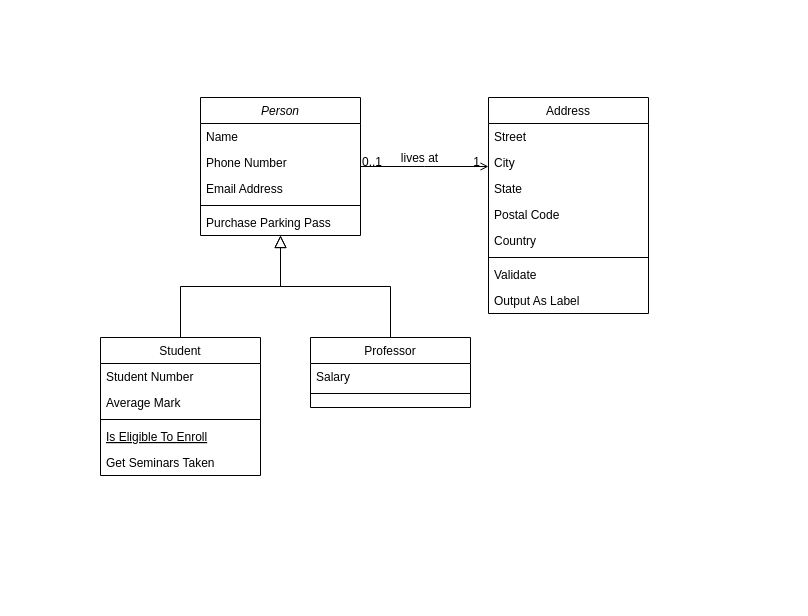
Before: Caso-de-uso.drawio in gman2004-spec/Draw.io, a draw.io diagram. Source tidied: cells renumbered, new cells numbered last; positions are measured from the earlier drawing's top-left corner, leaving out a move shared by most shapes. Both pictures are drawn from the tidied source at 100%, with x=0, y=0 at pixel (100, 97).
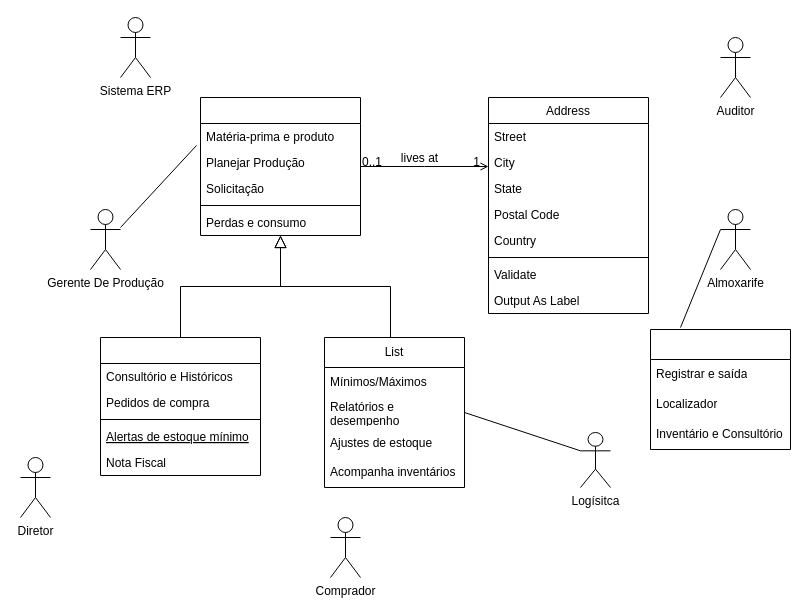
The same page after the edit.

Change to the diagram source:
```diff
@@
-    <mxCell id="2" value="Person" style="swimlane;fontStyle=2;align=center;verticalAlign=top;horizontal=1;startSize=26;rounded=0;shadow=0;strokeWidth=1;" parent="1" vertex="1">
+    <mxCell id="2" style="swimlane;fontStyle=2;align=center;verticalAlign=top;horizontal=1;startSize=26;rounded=0;shadow=0;strokeWidth=1;" parent="1" vertex="1">
       <mxGeometry x="100" width="160" height="138" as="geometry" />
     </mxCell>
-    <mxCell id="3" value="Name" style="text;align=left;verticalAlign=top;spacingLeft=4;spacingRight=4;overflow=hidden;points=[[0,0.5],[1,0.5]];portConstraint=eastwest;" parent="2" vertex="1">
+    <mxCell id="3" value="Matéria-prima e produto" style="text;align=left;verticalAlign=top;spacingLeft=4;spacingRight=4;overflow=hidden;points=[[0,0.5],[1,0.5]];portConstraint=eastwest;" parent="2" vertex="1">
       <mxGeometry y="26" width="160" height="26" as="geometry" />
     </mxCell>
-    <mxCell id="4" value="Phone Number" style="text;align=left;verticalAlign=top;spacingLeft=4;spacingRight=4;overflow=hidden;rounded=0;shadow=0;html=0;" parent="2" vertex="1">
+    <mxCell id="4" value="Planejar Produção" style="text;align=left;verticalAlign=top;spacingLeft=4;spacingRight=4;overflow=hidden;rounded=0;shadow=0;html=0;" parent="2" vertex="1">
       <mxGeometry y="52" width="160" height="26" as="geometry" />
     </mxCell>
-    <mxCell id="5" value="Email Address" style="text;align=left;verticalAlign=top;spacingLeft=4;spacingRight=4;overflow=hidden;rounded=0;shadow=0;html=0;" parent="2" vertex="1">
+    <mxCell id="5" value="Solicitação" style="text;align=left;verticalAlign=top;spacingLeft=4;spacingRight=4;overflow=hidden;rounded=0;shadow=0;html=0;" parent="2" vertex="1">
       <mxGeometry y="78" width="160" height="26" as="geometry" />
     </mxCell>
@@
-    <mxCell id="7" value="Purchase Parking Pass" style="text;align=left;verticalAlign=top;spacingLeft=4;spacingRight=4;overflow=hidden;" parent="2" vertex="1">
+    <mxCell id="7" value="Perdas e consumo" style="text;align=left;verticalAlign=top;spacingLeft=4;spacingRight=4;overflow=hidden;" parent="2" vertex="1">
       <mxGeometry y="112" width="160" height="26" as="geometry" />
     </mxCell>
-    <mxCell id="8" value="Student" style="swimlane;fontStyle=0;align=center;verticalAlign=top;horizontal=1;startSize=26;rounded=0;shadow=0;strokeWidth=1;" parent="1" vertex="1">
+    <mxCell id="8" style="swimlane;fontStyle=0;align=center;verticalAlign=top;horizontal=1;startSize=26;rounded=0;shadow=0;strokeWidth=1;" parent="1" vertex="1">
       <mxGeometry y="240" width="160" height="138" as="geometry" />
     </mxCell>
-    <mxCell id="9" value="Student Number" style="text;align=left;verticalAlign=top;spacingLeft=4;spacingRight=4;overflow=hidden;" parent="8" vertex="1">
+    <mxCell id="9" value="Consultório e Históricos" style="text;align=left;verticalAlign=top;spacingLeft=4;spacingRight=4;overflow=hidden;" parent="8" vertex="1">
       <mxGeometry y="26" width="160" height="26" as="geometry" />
     </mxCell>
-    <mxCell id="10" value="Average Mark" style="text;align=left;verticalAlign=top;spacingLeft=4;spacingRight=4;overflow=hidden;rounded=0;shadow=0;html=0;" parent="8" vertex="1">
+    <mxCell id="10" value="Pedidos de compra" style="text;align=left;verticalAlign=top;spacingLeft=4;spacingRight=4;overflow=hidden;rounded=0;shadow=0;html=0;" parent="8" vertex="1">
       <mxGeometry y="52" width="160" height="26" as="geometry" />
     </mxCell>
@@
-    <mxCell id="12" value="Is Eligible To Enroll" style="text;align=left;verticalAlign=top;spacingLeft=4;spacingRight=4;overflow=hidden;fontStyle=4;" parent="8" vertex="1">
+    <mxCell id="12" value="Alertas de estoque mínimo" style="text;align=left;verticalAlign=top;spacingLeft=4;spacingRight=4;overflow=hidden;fontStyle=4;" parent="8" vertex="1">
       <mxGeometry y="86" width="160" height="26" as="geometry" />
     </mxCell>
-    <mxCell id="13" value="Get Seminars Taken" style="text;align=left;verticalAlign=top;spacingLeft=4;spacingRight=4;overflow=hidden;" parent="8" vertex="1">
+    <mxCell id="13" value="Nota Fiscal" style="text;align=left;verticalAlign=top;spacingLeft=4;spacingRight=4;overflow=hidden;" parent="8" vertex="1">
       <mxGeometry y="112" width="160" height="26" as="geometry" />
     </mxCell>
@@
-    <mxCell id="15" value="Professor" style="swimlane;fontStyle=0;align=center;verticalAlign=top;horizontal=1;startSize=26;rounded=0;shadow=0;strokeWidth=1;" parent="1" vertex="1">
-      <mxGeometry x="210" y="240" width="160" height="70" as="geometry" />
-    </mxCell>
-    <mxCell id="16" value="Salary" style="text;align=left;verticalAlign=top;spacingLeft=4;spacingRight=4;overflow=hidden;" parent="15" vertex="1">
-      <mxGeometry y="26" width="160" height="26" as="geometry" />
-    </mxCell>
-    <mxCell id="17" style="line;html=1;strokeWidth=1;align=left;verticalAlign=middle;spacingTop=-1;spacingLeft=3;spacingRight=3;labelPosition=right;" parent="15" vertex="1">
-      <mxGeometry y="52" width="160" height="8" as="geometry" />
-    </mxCell>
-    <mxCell id="18" style="endArrow=block;endSize=10;endFill=0;shadow=0;strokeWidth=1;rounded=0;curved=0;edgeStyle=elbowEdgeStyle;elbow=vertical;" parent="1" edge="1" source="15" target="2">
-      <mxGeometry relative="1" as="geometry" />
+    <mxCell id="18" style="endArrow=block;endSize=10;endFill=0;shadow=0;strokeWidth=1;rounded=0;curved=0;edgeStyle=elbowEdgeStyle;elbow=vertical;" parent="1" edge="1" target="2">
+      <mxGeometry relative="1" as="geometry">
+        <mxPoint x="290" y="240" as="sourcePoint" />
+      </mxGeometry>
     </mxCell>
@@
+    <mxCell id="32" value="Gerente De Produção" style="shape=umlActor;verticalLabelPosition=bottom;verticalAlign=top;html=1;" parent="1" vertex="1">
+      <mxGeometry x="-10" y="112" width="30" height="60" as="geometry" />
+    </mxCell>
+    <mxCell id="33" value="Almoxarife" style="shape=umlActor;verticalLabelPosition=bottom;verticalAlign=top;html=1;outlineConnect=0;" parent="1" vertex="1">
+      <mxGeometry x="620" y="112" width="30" height="60" as="geometry" />
+    </mxCell>
+    <mxCell id="34" value="Logísitca" style="shape=umlActor;verticalLabelPosition=bottom;verticalAlign=top;html=1;outlineConnect=0;" parent="1" vertex="1">
+      <mxGeometry x="480" y="335" width="30" height="55" as="geometry" />
+    </mxCell>
+    <mxCell id="35" value="Comprador" style="shape=umlActor;verticalLabelPosition=bottom;verticalAlign=top;html=1;" parent="1" vertex="1">
+      <mxGeometry x="230" y="420" width="30" height="60" as="geometry" />
+    </mxCell>
+    <mxCell id="36" value="Diretor" style="shape=umlActor;verticalLabelPosition=bottom;verticalAlign=top;html=1;" parent="1" vertex="1">
+      <mxGeometry x="-80" y="360" width="30" height="60" as="geometry" />
+    </mxCell>
+    <mxCell id="37" value="Auditor" style="shape=umlActor;verticalLabelPosition=bottom;verticalAlign=top;html=1;" parent="1" vertex="1">
+      <mxGeometry x="620" y="-60" width="30" height="60" as="geometry" />
+    </mxCell>
+    <mxCell id="38" value="Sistema ERP" style="shape=umlActor;verticalLabelPosition=bottom;verticalAlign=top;html=1;" parent="1" vertex="1">
+      <mxGeometry x="20" y="-80" width="30" height="60" as="geometry" />
+    </mxCell>
+    <mxCell id="39" style="swimlane;fontStyle=0;horizontal=1;startSize=30;whiteSpace=wrap;html=1;" parent="1" vertex="1">
+      <mxGeometry x="550" y="232" width="140" height="120" as="geometry" />
+    </mxCell>
+    <mxCell id="40" value="Registrar e saída" style="text;strokeColor=none;fillColor=none;align=left;verticalAlign=middle;spacingLeft=4;spacingRight=4;overflow=hidden;whiteSpace=wrap;html=1;" parent="39" vertex="1">
+      <mxGeometry y="30" width="140" height="30" as="geometry" />
+    </mxCell>
+    <mxCell id="41" value="Localizador" style="text;strokeColor=none;fillColor=none;align=left;verticalAlign=middle;spacingLeft=4;spacingRight=4;overflow=hidden;whiteSpace=wrap;html=1;" parent="39" vertex="1">
+      <mxGeometry y="60" width="140" height="30" as="geometry" />
+    </mxCell>
+    <mxCell id="42" value="Inventário e Consultório" style="text;strokeColor=none;fillColor=none;align=left;verticalAlign=middle;spacingLeft=4;spacingRight=4;overflow=hidden;whiteSpace=wrap;html=1;" parent="39" vertex="1">
+      <mxGeometry y="90" width="140" height="30" as="geometry" />
+    </mxCell>
+    <mxCell id="43" style="endArrow=none;html=1;rounded=0;entryX=0;entryY=0.3333333333333333;entryDx=0;entryDy=0;entryPerimeter=0;" parent="1" edge="1" target="33">
+      <mxGeometry relative="1" as="geometry">
+        <mxPoint x="580" y="230" as="sourcePoint" />
+      </mxGeometry>
+    </mxCell>
+    <mxCell id="44" value="List" style="swimlane;fontStyle=0;horizontal=1;startSize=30;whiteSpace=wrap;html=1;" parent="1" vertex="1">
+      <mxGeometry x="224" y="240" width="140" height="150" as="geometry" />
+    </mxCell>
+    <mxCell id="45" value="Mínimos/Máximos" style="text;strokeColor=none;fillColor=none;align=left;verticalAlign=middle;spacingLeft=4;spacingRight=4;overflow=hidden;whiteSpace=wrap;html=1;" parent="44" vertex="1">
+      <mxGeometry y="30" width="140" height="30" as="geometry" />
+    </mxCell>
+    <mxCell id="46" value="Relatórios e desempenho" style="text;strokeColor=none;fillColor=none;align=left;verticalAlign=middle;spacingLeft=4;spacingRight=4;overflow=hidden;points=[[0,0.5],[1,0.5]];portConstraint=eastwest;whiteSpace=wrap;html=1;" parent="44" vertex="1">
+      <mxGeometry y="60" width="140" height="30" as="geometry" />
+    </mxCell>
+    <mxCell id="47" value="Ajustes de estoque&lt;div&gt;&lt;br&gt;&lt;/div&gt;&lt;div&gt;Acompanha inventários&lt;/div&gt;" style="text;strokeColor=none;fillColor=none;align=left;verticalAlign=middle;spacingLeft=4;spacingRight=4;overflow=hidden;whiteSpace=wrap;html=1;" parent="44" vertex="1">
+      <mxGeometry y="90" width="140" height="60" as="geometry" />
+    </mxCell>
+    <mxCell id="48" style="endArrow=none;html=1;rounded=0;entryX=-0.025;entryY=0.846;entryDx=0;entryDy=0;entryPerimeter=0;" parent="1" edge="1" target="3">
+      <mxGeometry relative="1" as="geometry">
+        <mxPoint x="20" y="130" as="sourcePoint" />
+      </mxGeometry>
+    </mxCell>
+    <mxCell id="49" style="endArrow=none;html=1;rounded=0;exitX=1;exitY=0.5;exitDx=0;exitDy=0;entryX=0;entryY=0.3333333333333333;entryDx=0;entryDy=0;entryPerimeter=0;" parent="1" edge="1" source="46" target="34">
+      <mxGeometry relative="1" as="geometry" />
+    </mxCell>
```
